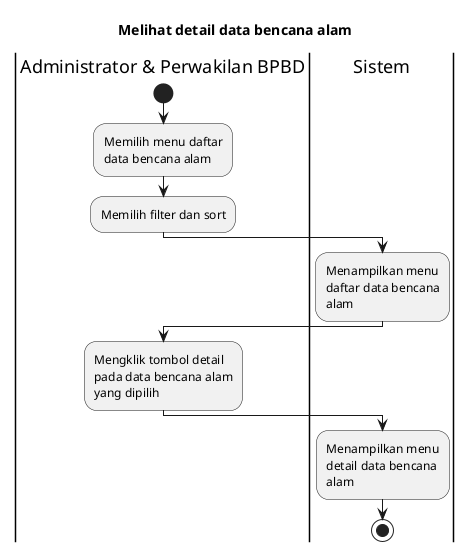
Earlier version of the PlantUML export export/Activity Diagrams/UC-MGDISASTER - Manajemen Data Bencana/UC-MGDISASTER-006 - Melihat detail data bencana alam.png (bagusNA/appl-diagrams).
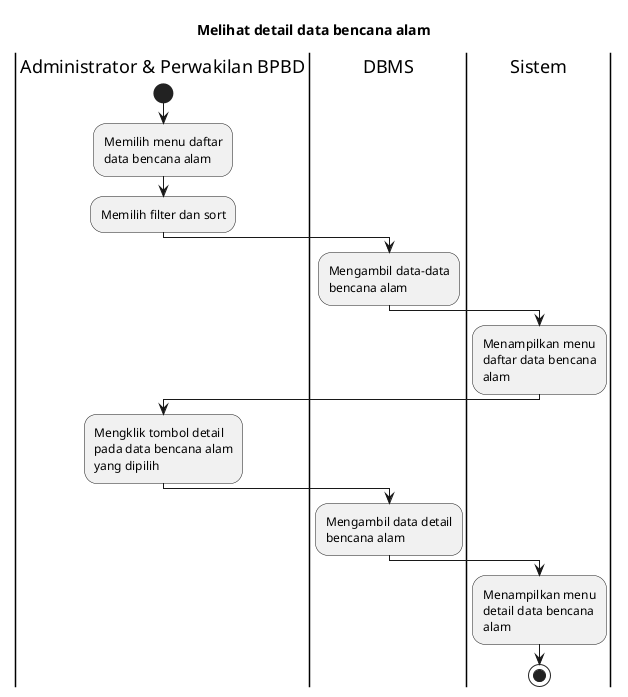
After the change.

What changed in the source:
```diff
@@ -8,12 +8,18 @@
 :Memilih menu daftar data bencana alam;
 :Memilih filter dan sort;
 
+|DBMS|
+:Mengambil data-data bencana alam;
+
 |Sistem|
 :Menampilkan menu daftar data bencana alam;
 
 |Administrator & Perwakilan BPBD|
 :Mengklik tombol detail pada data bencana alam yang dipilih;
 
+|DBMS|
+:Mengambil data detail bencana alam;
+
 |Sistem|
 :Menampilkan menu detail data bencana alam;
 
```
